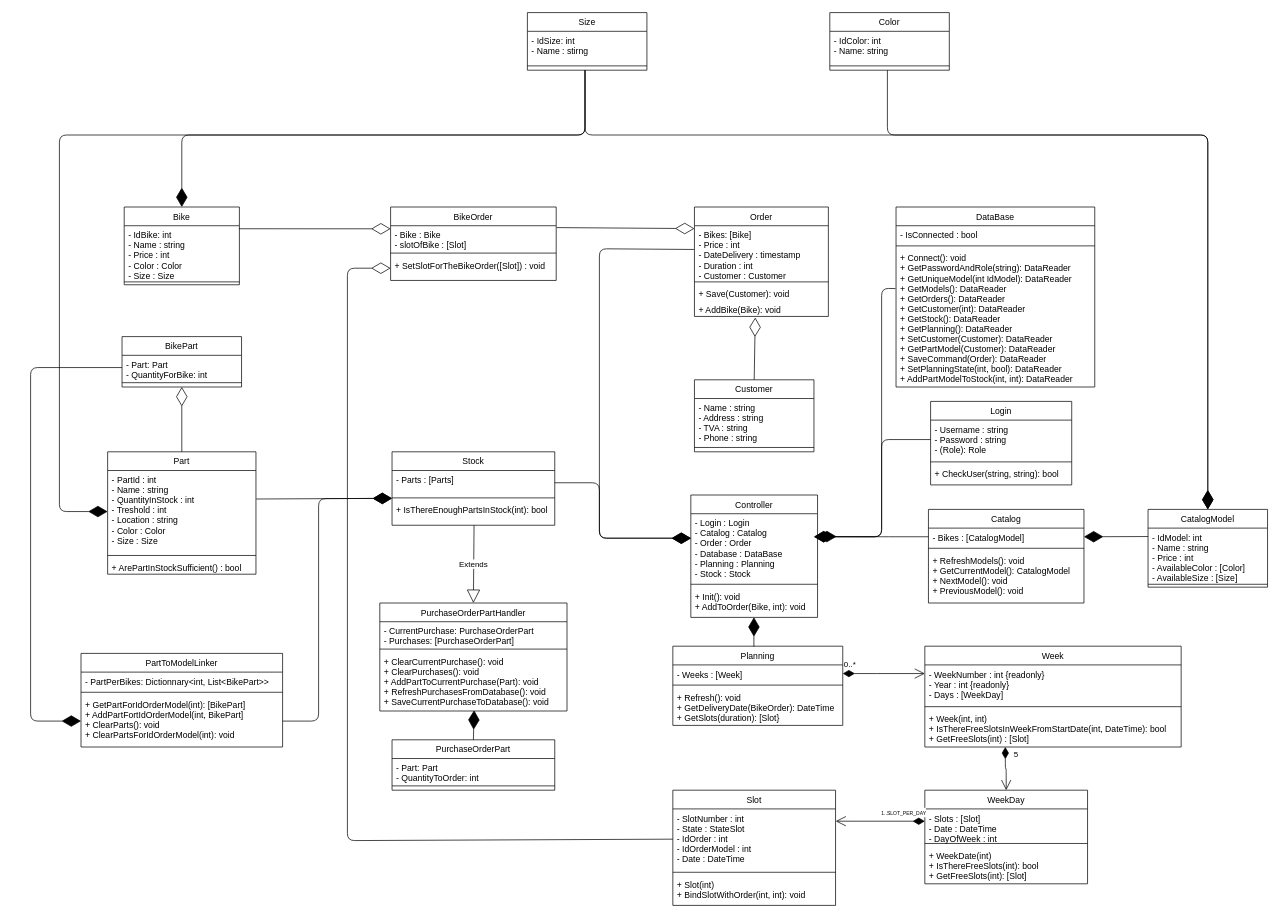
Above: Diagrams/ClassDiagram.drawio in alex210501/GigaBike (draw.io), before the change. Source tidied: cells renumbered, new cells numbered last; positions are measured from the earlier drawing's top-left corner, leaving out a move shared by most shapes. Both pictures are drawn from the tidied source at 72%, with x=0, y=0 at pixel (30, 12).
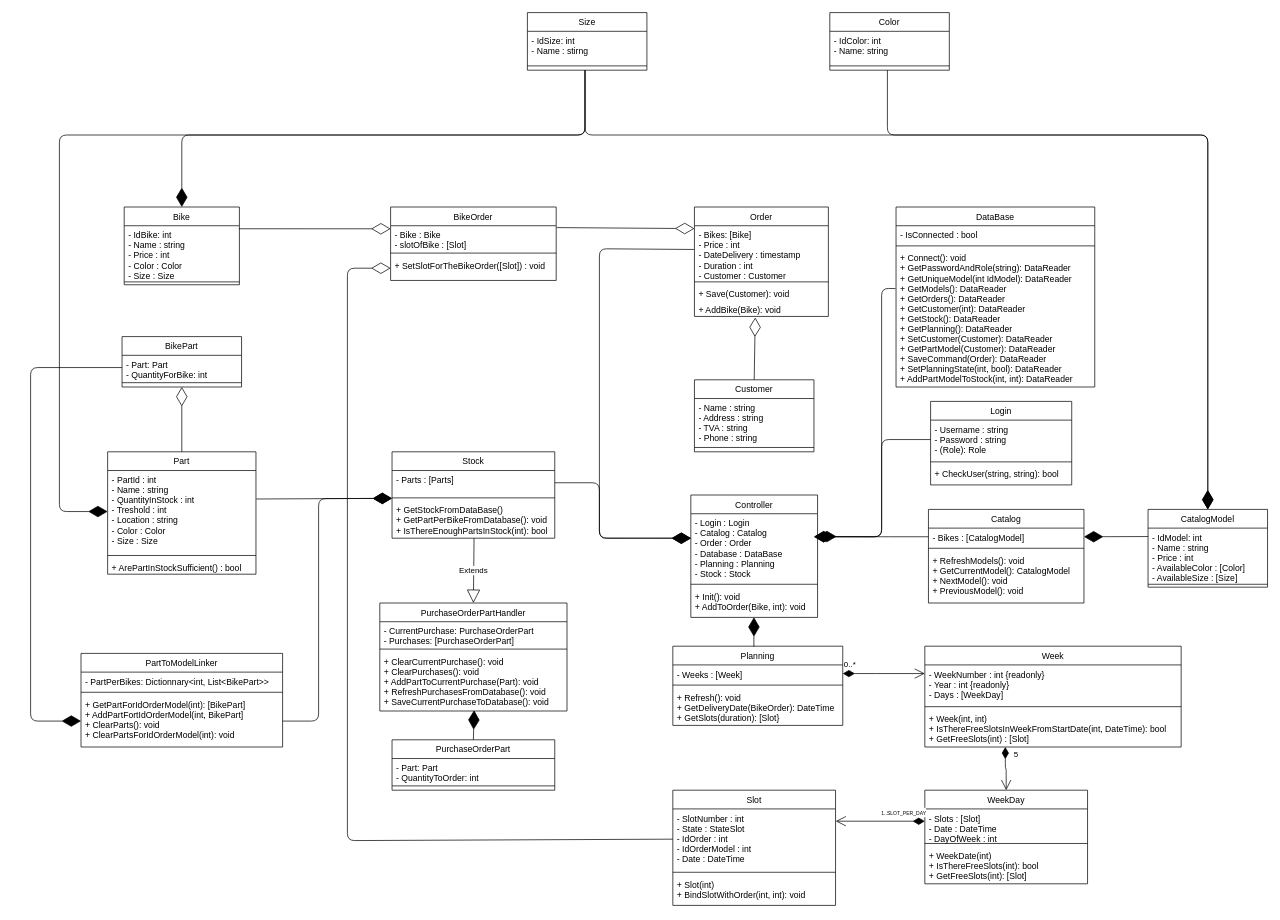
Above is the later version.

The edit, as a diff of the source:
```diff
@@
     <mxCell id="79" value="Stock" style="swimlane;fontStyle=0;align=center;verticalAlign=top;horizontal=1;startSize=26;rounded=0;shadow=0;strokeWidth=1;" parent="1" vertex="1">
-      <mxGeometry x="502" y="610" width="226" height="102" as="geometry" />
+      <mxGeometry x="502" y="610" width="226" height="120" as="geometry" />
     </mxCell>
@@
-    <mxCell id="82" value="+ IsThereEnoughPartsInStock(int): bool" style="text;align=left;verticalAlign=top;spacingLeft=4;spacingRight=4;overflow=hidden;points=[[0,0.5],[1,0.5]];portConstraint=eastwest;" parent="79" vertex="1">
-      <mxGeometry y="68" width="226" height="34" as="geometry" />
+    <mxCell id="82" value="+ GetStockFromDataBase()&#10;+ GetPartPerBikeFromDatabase(): void&#10;+ IsThereEnoughPartsInStock(int): bool" style="text;align=left;verticalAlign=top;spacingLeft=4;spacingRight=4;overflow=hidden;points=[[0,0.5],[1,0.5]];portConstraint=eastwest;" parent="79" vertex="1">
+      <mxGeometry y="68" width="226" height="52" as="geometry" />
     </mxCell>
```
